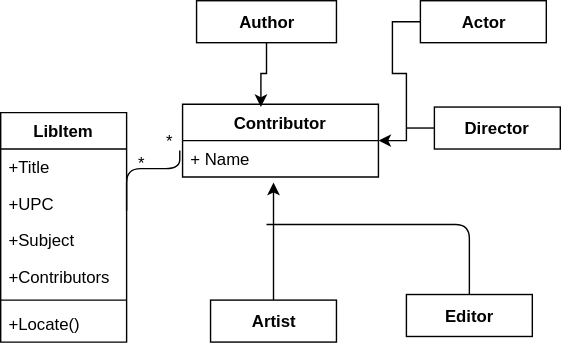
The draw.io diagram OOP_3x/images/01/svg/32A.svg in stan-alam/Python, before a commit. Source tidied: cells renumbered, new cells last; positions are measured from the earlier drawing's top-left corner, leaving out a move shared by most shapes. Its diagram source:
```xml
<mxGraphModel>
  <root>
    <mxCell id="0" />
    <mxCell id="1" parent="0" />
    <mxCell id="2" value="LibItem" style="swimlane;fontStyle=1;horizontal=1;startSize=26;fillColor=none;" parent="1" vertex="1">
      <mxGeometry y="80" width="90" height="164" as="geometry" />
    </mxCell>
    <mxCell id="3" value="+Title" style="text;strokeColor=none;fillColor=none;align=left;verticalAlign=top;spacingLeft=4;spacingRight=4;overflow=hidden;" parent="2" vertex="1">
      <mxGeometry y="26" width="90" height="26" as="geometry" />
    </mxCell>
    <mxCell id="4" value="+UPC" style="text;strokeColor=none;fillColor=none;align=left;verticalAlign=top;spacingLeft=4;spacingRight=4;overflow=hidden;" parent="2" vertex="1">
      <mxGeometry y="52" width="90" height="26" as="geometry" />
    </mxCell>
    <mxCell id="5" value="+Subject" style="text;strokeColor=none;fillColor=none;align=left;verticalAlign=top;spacingLeft=4;spacingRight=4;overflow=hidden;" parent="2" vertex="1">
      <mxGeometry y="78" width="90" height="26" as="geometry" />
    </mxCell>
    <mxCell id="6" value="+Contributors" style="text;strokeColor=none;fillColor=none;align=left;verticalAlign=top;spacingLeft=4;spacingRight=4;overflow=hidden;" parent="2" vertex="1">
      <mxGeometry y="104" width="90" height="26" as="geometry" />
    </mxCell>
    <mxCell id="7" style="line;strokeWidth=1;fillColor=none;align=left;verticalAlign=middle;spacingTop=-1;spacingLeft=3;spacingRight=3;labelPosition=right;" parent="2" vertex="1">
      <mxGeometry y="130" width="90" height="8" as="geometry" />
    </mxCell>
    <mxCell id="8" value="+Locate()" style="text;strokeColor=none;fillColor=none;align=left;verticalAlign=top;spacingLeft=4;spacingRight=4;overflow=hidden;" parent="2" vertex="1">
      <mxGeometry y="138" width="90" height="26" as="geometry" />
    </mxCell>
    <mxCell id="9" style="edgeStyle=orthogonalEdgeStyle;rounded=0;jettySize=auto;html=1;entryX=0.4;entryY=0.029;entryDx=0;entryDy=0;entryPerimeter=0;" parent="1" edge="1" source="10" target="14">
      <mxGeometry relative="1" as="geometry" />
    </mxCell>
    <mxCell id="10" value="&lt;b&gt;Author&lt;/b&gt;" style="html=1;" parent="1" vertex="1">
      <mxGeometry x="140" width="100" height="30" as="geometry" />
    </mxCell>
    <mxCell id="11" style="edgeStyle=orthogonalEdgeStyle;rounded=0;jettySize=auto;html=1;entryX=1;entryY=0.5;entryDx=0;entryDy=0;" parent="1" edge="1" source="12" target="14">
      <mxGeometry relative="1" as="geometry" />
    </mxCell>
    <mxCell id="12" value="&lt;b&gt;Actor&lt;/b&gt;" style="html=1;" parent="1" vertex="1">
      <mxGeometry x="300" width="90" height="30" as="geometry" />
    </mxCell>
    <mxCell id="13" value="&lt;b&gt;Director&lt;/b&gt;" style="html=1;" parent="1" vertex="1">
      <mxGeometry x="310" y="76" width="90" height="30" as="geometry" />
    </mxCell>
    <mxCell id="14" value="Contributor" style="swimlane;fontStyle=1;horizontal=1;startSize=26;fillColor=none;" parent="1" vertex="1">
      <mxGeometry x="130" y="74" width="140" height="52" as="geometry" />
    </mxCell>
    <mxCell id="15" value="+ Name" style="text;strokeColor=none;fillColor=none;align=left;verticalAlign=top;spacingLeft=4;spacingRight=4;overflow=hidden;" parent="14" vertex="1">
      <mxGeometry y="26" width="140" height="26" as="geometry" />
    </mxCell>
    <mxCell id="16" style="edgeStyle=orthogonalEdgeStyle;rounded=0;jettySize=auto;html=1;" parent="1" edge="1" source="17">
      <mxGeometry relative="1" as="geometry">
        <mxPoint x="195" y="130" as="targetPoint" />
      </mxGeometry>
    </mxCell>
    <mxCell id="17" value="&lt;b&gt;Artist&lt;/b&gt;" style="html=1;" parent="1" vertex="1">
      <mxGeometry x="150" y="214" width="90" height="30" as="geometry" />
    </mxCell>
    <mxCell id="18" value="&lt;b&gt;Editor&lt;/b&gt;" style="html=1;" parent="1" vertex="1">
      <mxGeometry x="290" y="210" width="90" height="30" as="geometry" />
    </mxCell>
    <mxCell id="19" style="endArrow=none;html=1;edgeStyle=orthogonalEdgeStyle;entryX=0.5;entryY=0;entryDx=0;entryDy=0;" parent="1" edge="1" target="18">
      <mxGeometry relative="1" as="geometry">
        <mxPoint x="190" y="160" as="sourcePoint" />
      </mxGeometry>
    </mxCell>
    <mxCell id="20" style="endArrow=none;html=1;edgeStyle=orthogonalEdgeStyle;" parent="1" edge="1">
      <mxGeometry relative="1" as="geometry">
        <mxPoint x="290" y="91" as="sourcePoint" />
        <mxPoint x="310" y="91" as="targetPoint" />
      </mxGeometry>
    </mxCell>
    <mxCell id="21" style="endArrow=none;html=1;edgeStyle=orthogonalEdgeStyle;" parent="1" edge="1">
      <mxGeometry relative="1" as="geometry">
        <mxPoint x="90" y="150" as="sourcePoint" />
        <mxPoint x="128" y="107" as="targetPoint" />
        <Array as="points">
          <mxPoint x="90" y="120" />
          <mxPoint x="128" y="120" />
        </Array>
      </mxGeometry>
    </mxCell>
    <mxCell id="22" value="*" style="text;html=1;strokeColor=none;fillColor=none;align=center;verticalAlign=middle;whiteSpace=wrap;rounded=0;" parent="1" vertex="1">
      <mxGeometry x="80" y="106" width="40" height="20" as="geometry" />
    </mxCell>
    <mxCell id="23" value="*" style="text;html=1;strokeColor=none;fillColor=none;align=center;verticalAlign=middle;whiteSpace=wrap;rounded=0;" parent="1" vertex="1">
      <mxGeometry x="100" y="90" width="40" height="20" as="geometry" />
    </mxCell>
  </root>
</mxGraphModel>
```
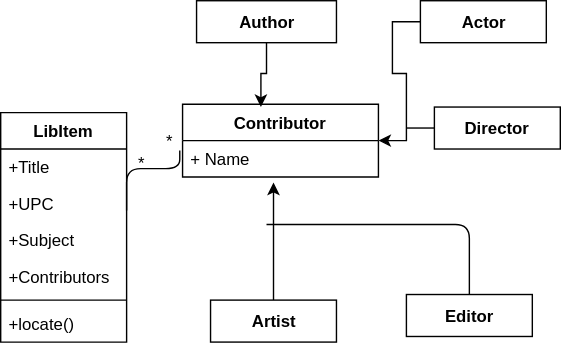
Above is the later version.

Commit message:
updated 32A, svg, drawIO xml, corrected method name -> locate() in class LibItem{}

The edit, as a diff of the source:
```diff
@@ -20,7 +20,7 @@
     <mxCell id="7" style="line;strokeWidth=1;fillColor=none;align=left;verticalAlign=middle;spacingTop=-1;spacingLeft=3;spacingRight=3;labelPosition=right;" parent="2" vertex="1">
       <mxGeometry y="130" width="90" height="8" as="geometry" />
     </mxCell>
-    <mxCell id="8" value="+Locate()" style="text;strokeColor=none;fillColor=none;align=left;verticalAlign=top;spacingLeft=4;spacingRight=4;overflow=hidden;" parent="2" vertex="1">
+    <mxCell id="8" value="+locate()" style="text;strokeColor=none;fillColor=none;align=left;verticalAlign=top;spacingLeft=4;spacingRight=4;overflow=hidden;" parent="2" vertex="1">
       <mxGeometry y="138" width="90" height="26" as="geometry" />
     </mxCell>
     <mxCell id="9" style="edgeStyle=orthogonalEdgeStyle;rounded=0;jettySize=auto;html=1;entryX=0.4;entryY=0.029;entryDx=0;entryDy=0;entryPerimeter=0;" parent="1" edge="1" source="10" target="14">
```
